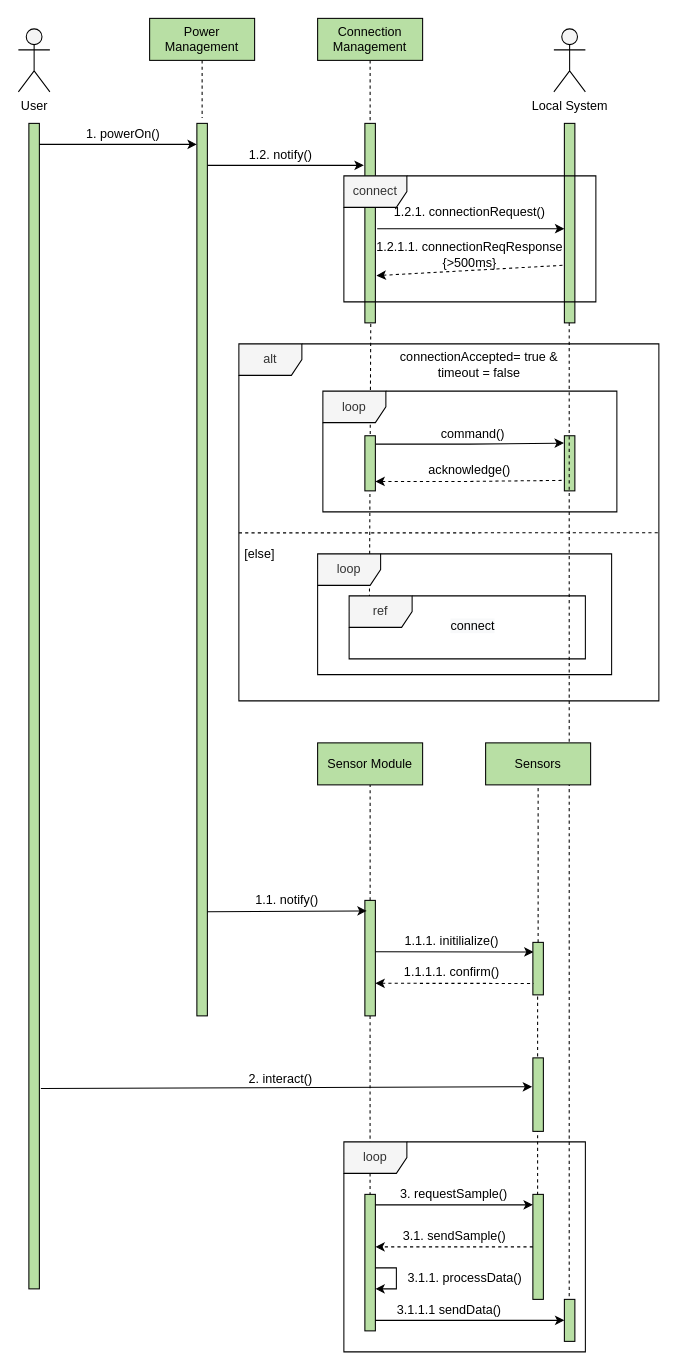
Before: 2. Analysis/5. System Analysis/Remote/Sequence/sequence_diagram_remote.drawio in esrg-silent-howl/zephyrus, a draw.io diagram. Source tidied: cells renumbered, new cells numbered last; positions are measured from the earlier drawing's top-left corner, leaving out a move shared by most shapes. Both pictures are drawn from the tidied source at 105%, with x=0, y=0 at pixel (18, 18).
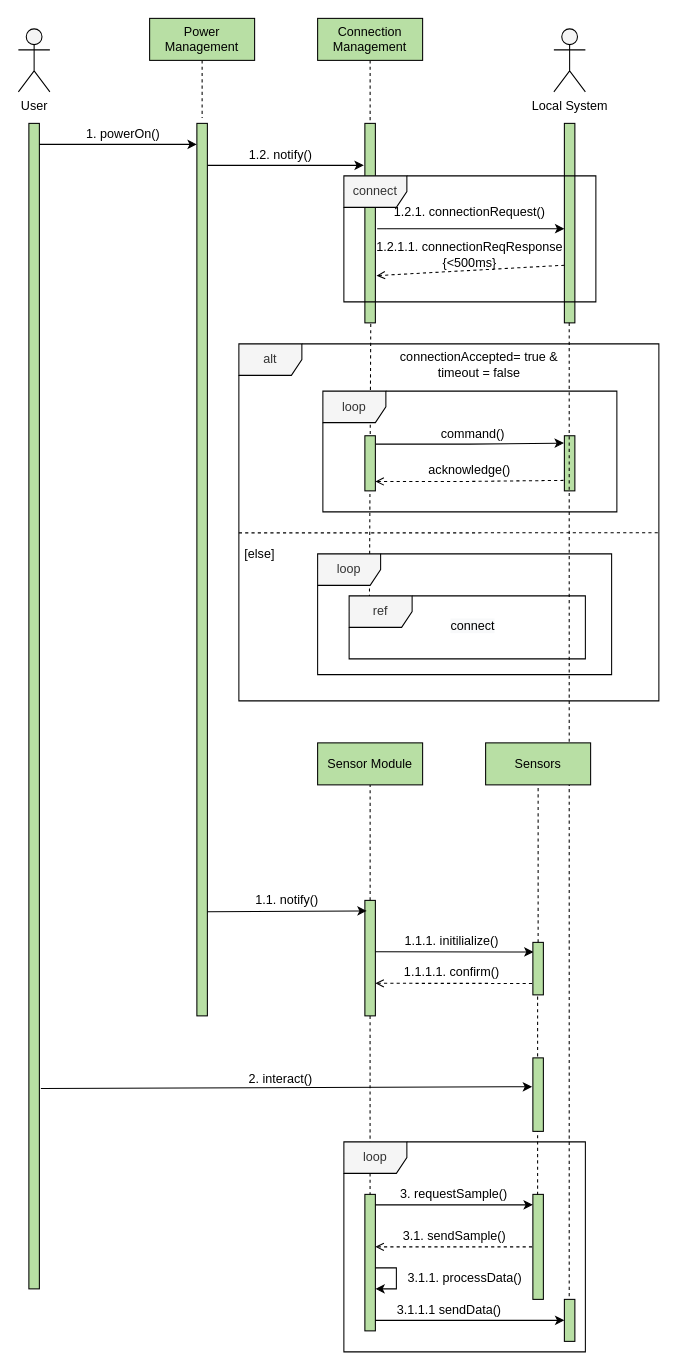
Above is the later version.

Commit message (it also covers changes not shown here):
UPDT: Finished Sequence Diagrams

The change refers to these unchanged cells:
```xml
<mxCell id="53" style="points=[];perimeter=orthogonalPerimeter;rounded=0;shadow=0;strokeWidth=1;fillColor=#B8DFA4;" parent="1" vertex="1">
  <mxGeometry x="330" y="1120" width="10" height="130" as="geometry" />
</mxCell>
```

Change to the diagram source:
```diff
@@
-    <mxCell id="26" value="1.2.1.1. connectionReqResponse&lt;br&gt;{&amp;gt;500ms}" style="text;html=1;strokeColor=none;fillColor=none;align=center;verticalAlign=middle;whiteSpace=wrap;rounded=0;" parent="1" vertex="1">
+    <mxCell id="26" value="1.2.1.1. connectionReqResponse&lt;br&gt;{&amp;lt;500ms}" style="text;html=1;strokeColor=none;fillColor=none;align=center;verticalAlign=middle;whiteSpace=wrap;rounded=0;" parent="1" vertex="1">
       <mxGeometry x="340" y="215" width="180" height="20" as="geometry" />
     </mxCell>
@@
-    <mxCell id="32" style="rounded=0;orthogonalLoop=1;jettySize=auto;html=1;endArrow=none;endFill=0;entryX=0.014;entryY=0.416;entryDx=0;entryDy=0;entryPerimeter=0;startArrow=classic;startFill=1;dashed=1;" parent="1" edge="1">
+    <mxCell id="32" style="rounded=0;orthogonalLoop=1;jettySize=auto;html=1;endArrow=none;endFill=0;entryX=0.014;entryY=0.416;entryDx=0;entryDy=0;entryPerimeter=0;startArrow=open;startFill=0;dashed=1;" parent="1" edge="1">
       <mxGeometry relative="1" as="geometry">
         <mxPoint x="340" y="441" as="sourcePoint" />
         <mxPoint x="519.1" y="440" as="targetPoint" />
         <Array as="points">
           <mxPoint x="369" y="441" />
           <mxPoint x="429" y="441" />
         </Array>
       </mxGeometry>
     </mxCell>
@@
-    <mxCell id="36" style="endArrow=none;dashed=1;html=1;entryX=-0.014;entryY=0.632;entryDx=0;entryDy=0;entryPerimeter=0;endFill=0;startArrow=classic;startFill=1;" parent="1" edge="1">
+    <mxCell id="36" style="endArrow=none;dashed=1;html=1;entryX=-0.014;entryY=0.632;entryDx=0;entryDy=0;entryPerimeter=0;endFill=0;startArrow=open;startFill=0;" parent="1" edge="1">
       <mxGeometry relative="1" as="geometry">
         <mxPoint x="341.1" y="245" as="sourcePoint" />
         <mxPoint x="520" y="235.1" as="targetPoint" />
       </mxGeometry>
     </mxCell>
@@
-    <mxCell id="49" style="endArrow=none;html=1;entryX=0.067;entryY=0.462;entryDx=0;entryDy=0;entryPerimeter=0;dashed=1;endFill=0;startArrow=classic;startFill=1;" parent="1" edge="1">
+    <mxCell id="49" style="endArrow=none;html=1;entryX=0.067;entryY=0.462;entryDx=0;entryDy=0;entryPerimeter=0;dashed=1;endFill=0;startArrow=open;startFill=0;" parent="1" edge="1">
       <mxGeometry relative="1" as="geometry">
         <mxPoint x="340" y="919" as="sourcePoint" />
         <mxPoint x="490.7" y="919.1" as="targetPoint" />
       </mxGeometry>
     </mxCell>
@@
-    <mxCell id="57" style="endArrow=classic;html=1;dashed=1;" parent="1" edge="1" target="53">
+    <mxCell id="57" style="endArrow=none;html=1;dashed=1;startArrow=open;startFill=0;endFill=0;" parent="1" edge="1" source="53">
       <mxGeometry relative="1" as="geometry">
-        <mxPoint x="490" y="1170" as="sourcePoint" />
+        <mxPoint x="490" y="1170" as="targetPoint" />
       </mxGeometry>
     </mxCell>
```
